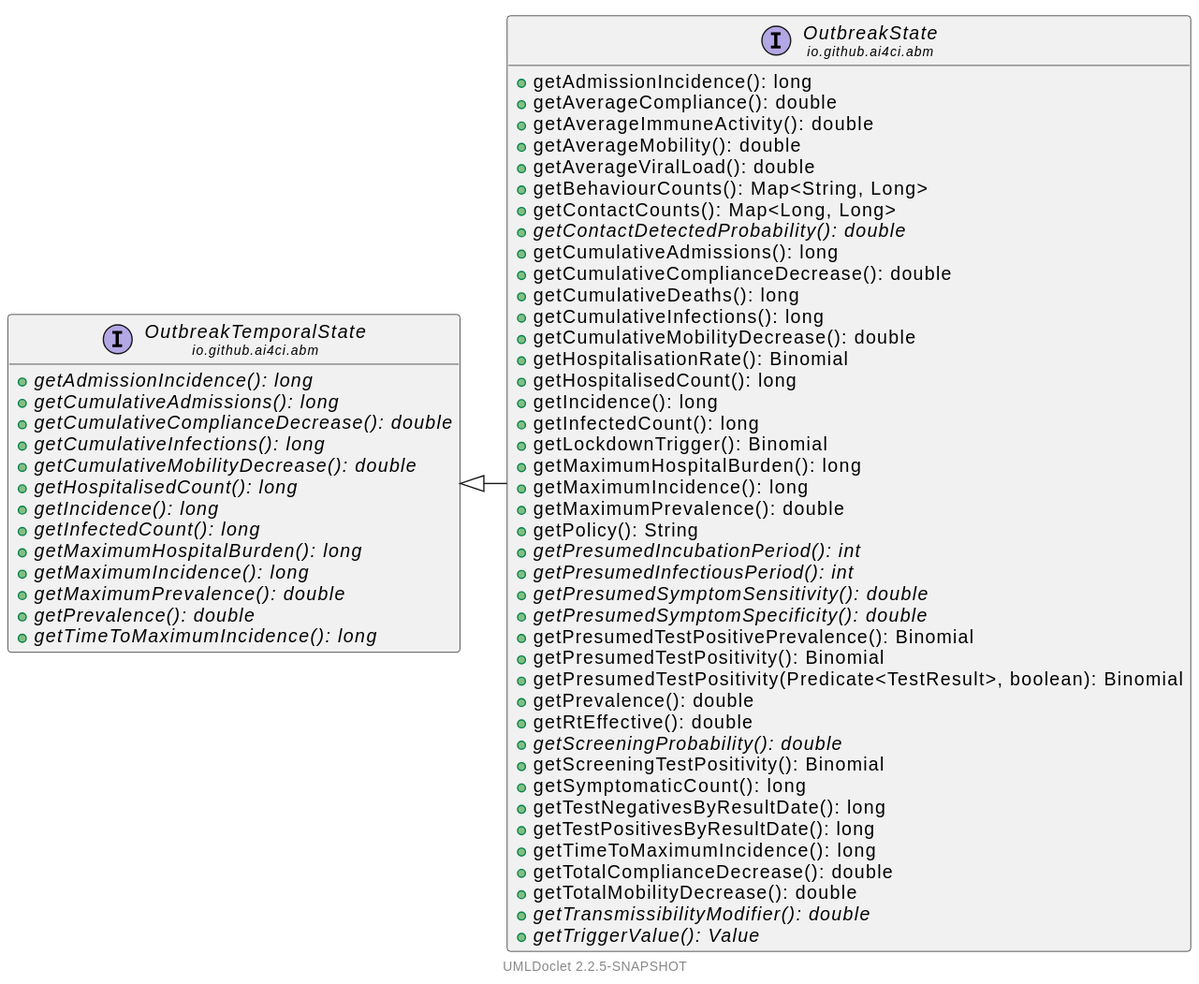
Earlier version of the PlantUML export jpansim2-core/apidocs/io/github/ai4ci/abm/OutbreakState.svg (ai4ci/jpansim2).
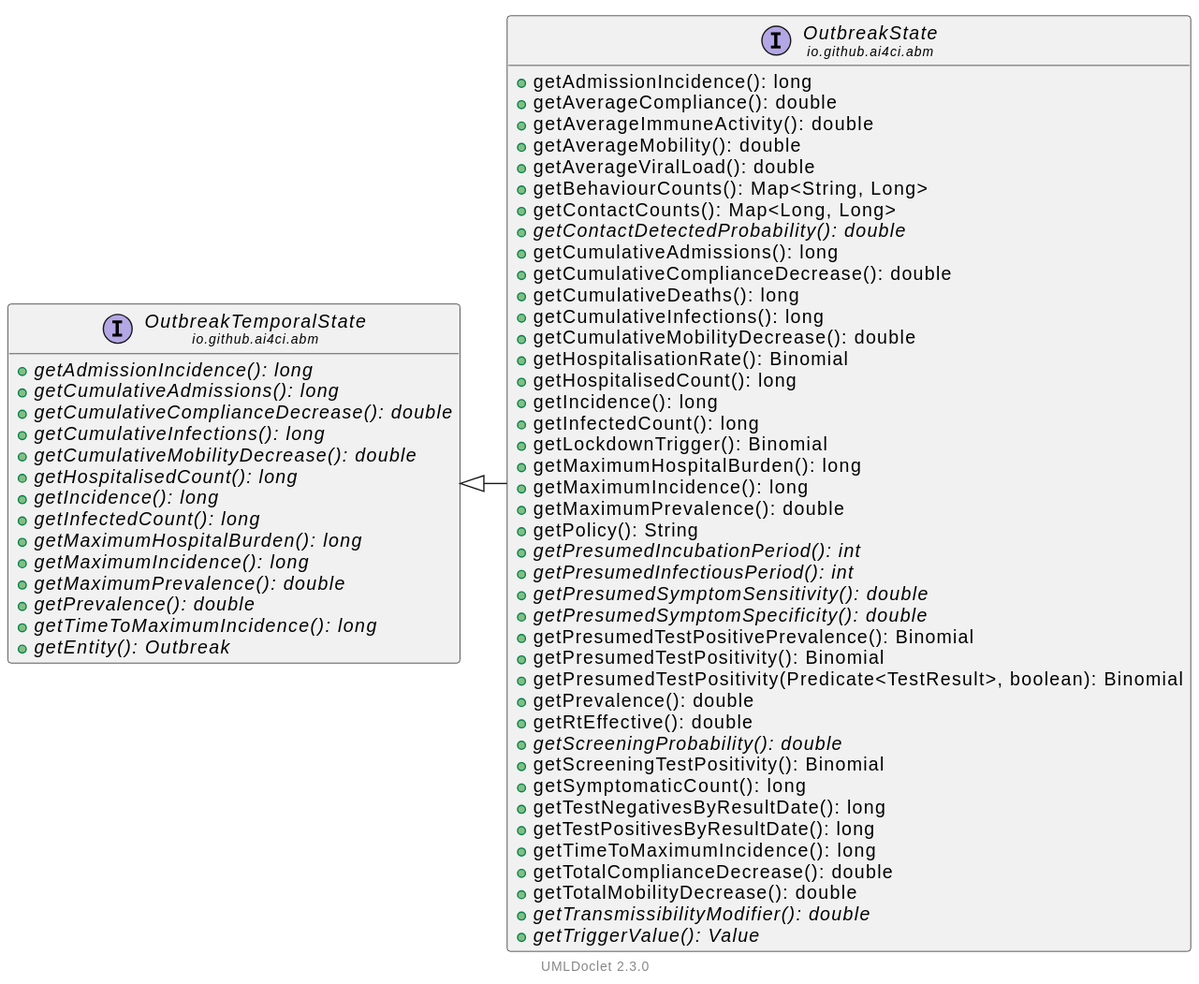
The same diagram one commit later.

Diff of the diagram source:
```diff
@@ -1,80 +1,81 @@
 @startuml
 
 
-    !pragma layout smetana
-    left to right direction
+	!pragma layout smetana
+	left to right direction
 
-    set namespaceSeparator none
-    hide empty fields
-    hide empty methods
+	set namespaceSeparator none
+	hide empty fields
+	hide empty methods
 
-    interface "<size:14>OutbreakState\n<size:10>io.github.ai4ci.abm" as io.github.ai4ci.abm.OutbreakState [[OutbreakState.html]] {
-        +getAdmissionIncidence(): long
-        +getAverageCompliance(): double
-        +getAverageImmuneActivity(): double
-        +getAverageMobility(): double
-        +getAverageViralLoad(): double
-        +getBehaviourCounts(): Map<String, Long>
-        +getContactCounts(): Map<Long, Long>
-        {abstract} +getContactDetectedProbability(): double
-        +getCumulativeAdmissions(): long
-        +getCumulativeComplianceDecrease(): double
-        +getCumulativeDeaths(): long
-        +getCumulativeInfections(): long
-        +getCumulativeMobilityDecrease(): double
-        +getHospitalisationRate(): Binomial
-        +getHospitalisedCount(): long
-        +getIncidence(): long
-        +getInfectedCount(): long
-        +getLockdownTrigger(): Binomial
-        +getMaximumHospitalBurden(): long
-        +getMaximumIncidence(): long
-        +getMaximumPrevalence(): double
-        +getPolicy(): String
-        {abstract} +getPresumedIncubationPeriod(): int
-        {abstract} +getPresumedInfectiousPeriod(): int
-        {abstract} +getPresumedSymptomSensitivity(): double
-        {abstract} +getPresumedSymptomSpecificity(): double
-        +getPresumedTestPositivePrevalence(): Binomial
-        +getPresumedTestPositivity(): Binomial
-        +getPresumedTestPositivity(Predicate<TestResult>, boolean): Binomial
-        +getPrevalence(): double
-        +getRtEffective(): double
-        {abstract} +getScreeningProbability(): double
-        +getScreeningTestPositivity(): Binomial
-        +getSymptomaticCount(): long
-        +getTestNegativesByResultDate(): long
-        +getTestPositivesByResultDate(): long
-        +getTimeToMaximumIncidence(): long
-        +getTotalComplianceDecrease(): double
-        +getTotalMobilityDecrease(): double
-        {abstract} +getTransmissibilityModifier(): double
-        {abstract} +getTriggerValue(): Value
-    }
+	interface "<size:14>OutbreakState\n<size:10>io.github.ai4ci.abm" as io.github.ai4ci.abm.OutbreakState [[OutbreakState.html]] {
+		+getAdmissionIncidence(): long
+		+getAverageCompliance(): double
+		+getAverageImmuneActivity(): double
+		+getAverageMobility(): double
+		+getAverageViralLoad(): double
+		+getBehaviourCounts(): Map<String, Long>
+		+getContactCounts(): Map<Long, Long>
+		{abstract} +getContactDetectedProbability(): double
+		+getCumulativeAdmissions(): long
+		+getCumulativeComplianceDecrease(): double
+		+getCumulativeDeaths(): long
+		+getCumulativeInfections(): long
+		+getCumulativeMobilityDecrease(): double
+		+getHospitalisationRate(): Binomial
+		+getHospitalisedCount(): long
+		+getIncidence(): long
+		+getInfectedCount(): long
+		+getLockdownTrigger(): Binomial
+		+getMaximumHospitalBurden(): long
+		+getMaximumIncidence(): long
+		+getMaximumPrevalence(): double
+		+getPolicy(): String
+		{abstract} +getPresumedIncubationPeriod(): int
+		{abstract} +getPresumedInfectiousPeriod(): int
+		{abstract} +getPresumedSymptomSensitivity(): double
+		{abstract} +getPresumedSymptomSpecificity(): double
+		+getPresumedTestPositivePrevalence(): Binomial
+		+getPresumedTestPositivity(): Binomial
+		+getPresumedTestPositivity(Predicate<TestResult>, boolean): Binomial
+		+getPrevalence(): double
+		+getRtEffective(): double
+		{abstract} +getScreeningProbability(): double
+		+getScreeningTestPositivity(): Binomial
+		+getSymptomaticCount(): long
+		+getTestNegativesByResultDate(): long
+		+getTestPositivesByResultDate(): long
+		+getTimeToMaximumIncidence(): long
+		+getTotalComplianceDecrease(): double
+		+getTotalMobilityDecrease(): double
+		{abstract} +getTransmissibilityModifier(): double
+		{abstract} +getTriggerValue(): Value
+	}
 
-    interface "<size:14>OutbreakTemporalState\n<size:10>io.github.ai4ci.abm" as io.github.ai4ci.abm.OutbreakTemporalState [[OutbreakTemporalState.html]] {
-        {abstract} +getAdmissionIncidence(): long
-        {abstract} +getCumulativeAdmissions(): long
-        {abstract} +getCumulativeComplianceDecrease(): double
-        {abstract} +getCumulativeInfections(): long
-        {abstract} +getCumulativeMobilityDecrease(): double
-        {abstract} +getHospitalisedCount(): long
-        {abstract} +getIncidence(): long
-        {abstract} +getInfectedCount(): long
-        {abstract} +getMaximumHospitalBurden(): long
-        {abstract} +getMaximumIncidence(): long
-        {abstract} +getMaximumPrevalence(): double
-        {abstract} +getPrevalence(): double
-        {abstract} +getTimeToMaximumIncidence(): long
-    }
+	interface "<size:14>OutbreakTemporalState\n<size:10>io.github.ai4ci.abm" as io.github.ai4ci.abm.OutbreakTemporalState [[OutbreakTemporalState.html]] {
+		{abstract} +getAdmissionIncidence(): long
+		{abstract} +getCumulativeAdmissions(): long
+		{abstract} +getCumulativeComplianceDecrease(): double
+		{abstract} +getCumulativeInfections(): long
+		{abstract} +getCumulativeMobilityDecrease(): double
+		{abstract} +getHospitalisedCount(): long
+		{abstract} +getIncidence(): long
+		{abstract} +getInfectedCount(): long
+		{abstract} +getMaximumHospitalBurden(): long
+		{abstract} +getMaximumIncidence(): long
+		{abstract} +getMaximumPrevalence(): double
+		{abstract} +getPrevalence(): double
+		{abstract} +getTimeToMaximumIncidence(): long
+		{abstract} +getEntity(): Outbreak
+	}
 
-    io.github.ai4ci.abm.OutbreakTemporalState <|-- io.github.ai4ci.abm.OutbreakState
+	io.github.ai4ci.abm.OutbreakTemporalState <|-- io.github.ai4ci.abm.OutbreakState
 
-    <style>
-        footer {
-            HyperLinkColor #8
-            HyperLinkUnderlineThickness 0
-        }
-    </style>
-    footer \n[[https://github.com/talsma-ict/umldoclet UMLDoclet 2.2.5-SNAPSHOT]]
+	<style>
+		footer {
+			HyperLinkColor #8
+			HyperLinkUnderlineThickness 0
+		}
+	</style>
+	footer \n[[https://github.com/talsma-ict/umldoclet UMLDoclet 2.3.0]]
 @enduml
```
